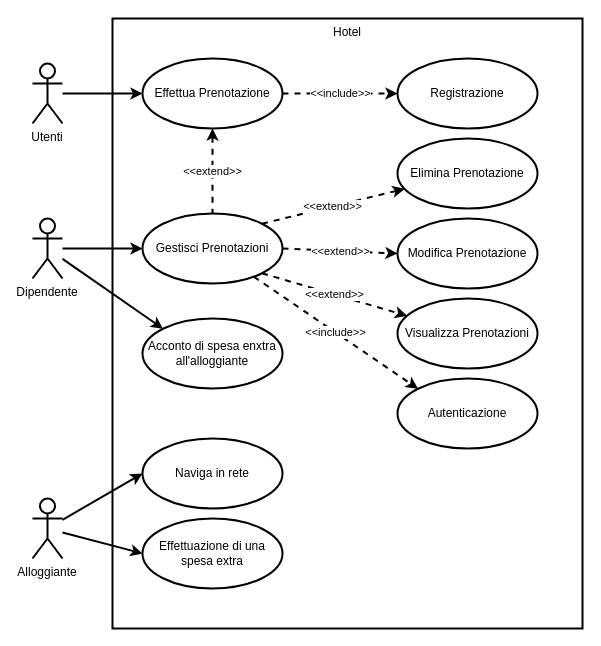
The draw.io diagram UML Diagram/Booking.drawio in Gr3it/School-Elaborate, before the edit. Source tidied: cells renumbered, new cells numbered last; positions are measured from the earlier drawing's top-left corner, leaving out a move shared by most shapes. Both pictures are drawn from the tidied source at 100%, with x=0, y=0 at pixel (32, 18).
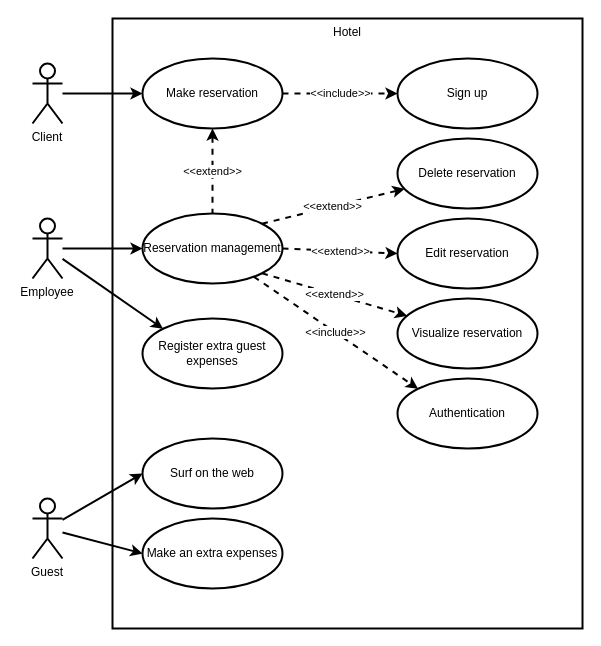
The same page after the edit.

Diff of the diagram source:
```diff
@@
-    <mxCell id="4" value="Utenti" style="shape=umlActor;verticalLabelPosition=bottom;verticalAlign=top;html=1;strokeWidth=2;fontStyle=0;whiteSpace=wrap;" parent="1" vertex="1">
+    <mxCell id="4" value="Client" style="shape=umlActor;verticalLabelPosition=bottom;verticalAlign=top;html=1;strokeWidth=2;fontStyle=0;whiteSpace=wrap;" parent="1" vertex="1">
       <mxGeometry y="45" width="30" height="60" as="geometry" />
     </mxCell>
@@
-    <mxCell id="7" value="Dipendente" style="shape=umlActor;verticalLabelPosition=bottom;verticalAlign=top;html=1;strokeWidth=2;fontStyle=0;whiteSpace=wrap;" parent="1" vertex="1">
+    <mxCell id="7" value="Employee" style="shape=umlActor;verticalLabelPosition=bottom;verticalAlign=top;html=1;strokeWidth=2;fontStyle=0;whiteSpace=wrap;" parent="1" vertex="1">
       <mxGeometry y="200" width="30" height="60" as="geometry" />
     </mxCell>
@@
-    <mxCell id="10" value="Effettua Prenotazione" style="ellipse;whiteSpace=wrap;html=1;strokeWidth=2;fontStyle=0;" parent="1" vertex="1">
+    <mxCell id="10" value="Make reservation" style="ellipse;whiteSpace=wrap;html=1;strokeWidth=2;fontStyle=0;" parent="1" vertex="1">
       <mxGeometry x="110" y="40" width="140" height="70" as="geometry" />
     </mxCell>
-    <mxCell id="11" value="Registrazione" style="ellipse;whiteSpace=wrap;html=1;strokeWidth=2;fontStyle=0;" parent="1" vertex="1">
+    <mxCell id="11" value="Sign up" style="ellipse;whiteSpace=wrap;html=1;strokeWidth=2;fontStyle=0;" parent="1" vertex="1">
       <mxGeometry x="365" y="40" width="140" height="70" as="geometry" />
     </mxCell>
-    <mxCell id="12" value="Elimina Prenotazione" style="ellipse;whiteSpace=wrap;html=1;strokeWidth=2;fontStyle=0;" parent="1" vertex="1">
+    <mxCell id="12" value="Delete reservation" style="ellipse;whiteSpace=wrap;html=1;strokeWidth=2;fontStyle=0;" parent="1" vertex="1">
       <mxGeometry x="365" y="120" width="140" height="70" as="geometry" />
     </mxCell>
@@
-    <mxCell id="17" value="Gestisci Prenotazioni" style="ellipse;whiteSpace=wrap;html=1;strokeWidth=2;fontStyle=0;" parent="1" vertex="1">
+    <mxCell id="17" value="Reservation management" style="ellipse;whiteSpace=wrap;html=1;strokeWidth=2;fontStyle=0;" parent="1" vertex="1">
       <mxGeometry x="110" y="195" width="140" height="70" as="geometry" />
     </mxCell>
-    <mxCell id="18" value="Modifica Prenotazione" style="ellipse;whiteSpace=wrap;html=1;strokeWidth=2;fontStyle=0;" parent="1" vertex="1">
+    <mxCell id="18" value="Edit reservation" style="ellipse;whiteSpace=wrap;html=1;strokeWidth=2;fontStyle=0;" parent="1" vertex="1">
       <mxGeometry x="365" y="200" width="140" height="70" as="geometry" />
     </mxCell>
-    <mxCell id="19" value="Visualizza Prenotazioni" style="ellipse;whiteSpace=wrap;html=1;strokeWidth=2;fontStyle=0;" parent="1" vertex="1">
+    <mxCell id="19" value="Visualize reservation" style="ellipse;whiteSpace=wrap;html=1;strokeWidth=2;fontStyle=0;" parent="1" vertex="1">
       <mxGeometry x="365" y="280" width="140" height="70" as="geometry" />
     </mxCell>
@@
-    <mxCell id="22" value="Alloggiante" style="shape=umlActor;verticalLabelPosition=bottom;verticalAlign=top;html=1;strokeWidth=2;fontStyle=0;whiteSpace=wrap;" parent="1" vertex="1">
+    <mxCell id="22" value="Guest" style="shape=umlActor;verticalLabelPosition=bottom;verticalAlign=top;html=1;strokeWidth=2;fontStyle=0;whiteSpace=wrap;" parent="1" vertex="1">
       <mxGeometry y="480" width="30" height="60" as="geometry" />
     </mxCell>
-    <mxCell id="23" value="Naviga in rete" style="ellipse;whiteSpace=wrap;html=1;strokeWidth=2;fontStyle=0;" parent="1" vertex="1">
+    <mxCell id="23" value="Surf on the web" style="ellipse;whiteSpace=wrap;html=1;strokeWidth=2;fontStyle=0;" parent="1" vertex="1">
       <mxGeometry x="110" y="420" width="140" height="70" as="geometry" />
     </mxCell>
-    <mxCell id="24" value="Autenticazione" style="ellipse;whiteSpace=wrap;html=1;strokeWidth=2;fontStyle=0;" parent="1" vertex="1">
+    <mxCell id="24" value="Authentication" style="ellipse;whiteSpace=wrap;html=1;strokeWidth=2;fontStyle=0;" parent="1" vertex="1">
       <mxGeometry x="365" y="360" width="140" height="70" as="geometry" />
     </mxCell>
-    <mxCell id="25" value="Acconto di spesa enxtra all'alloggiante" style="ellipse;whiteSpace=wrap;html=1;strokeWidth=2;" parent="1" vertex="1">
+    <mxCell id="25" value="Register extra guest expenses" style="ellipse;whiteSpace=wrap;html=1;strokeWidth=2;" parent="1" vertex="1">
       <mxGeometry x="110" y="300" width="140" height="70" as="geometry" />
     </mxCell>
-    <mxCell id="26" value="Effettuazione di una spesa extra" style="ellipse;whiteSpace=wrap;html=1;strokeWidth=2;" parent="1" vertex="1">
+    <mxCell id="26" value="Make an extra expenses" style="ellipse;whiteSpace=wrap;html=1;strokeWidth=2;" parent="1" vertex="1">
       <mxGeometry x="110" y="500" width="140" height="70" as="geometry" />
     </mxCell>
```
